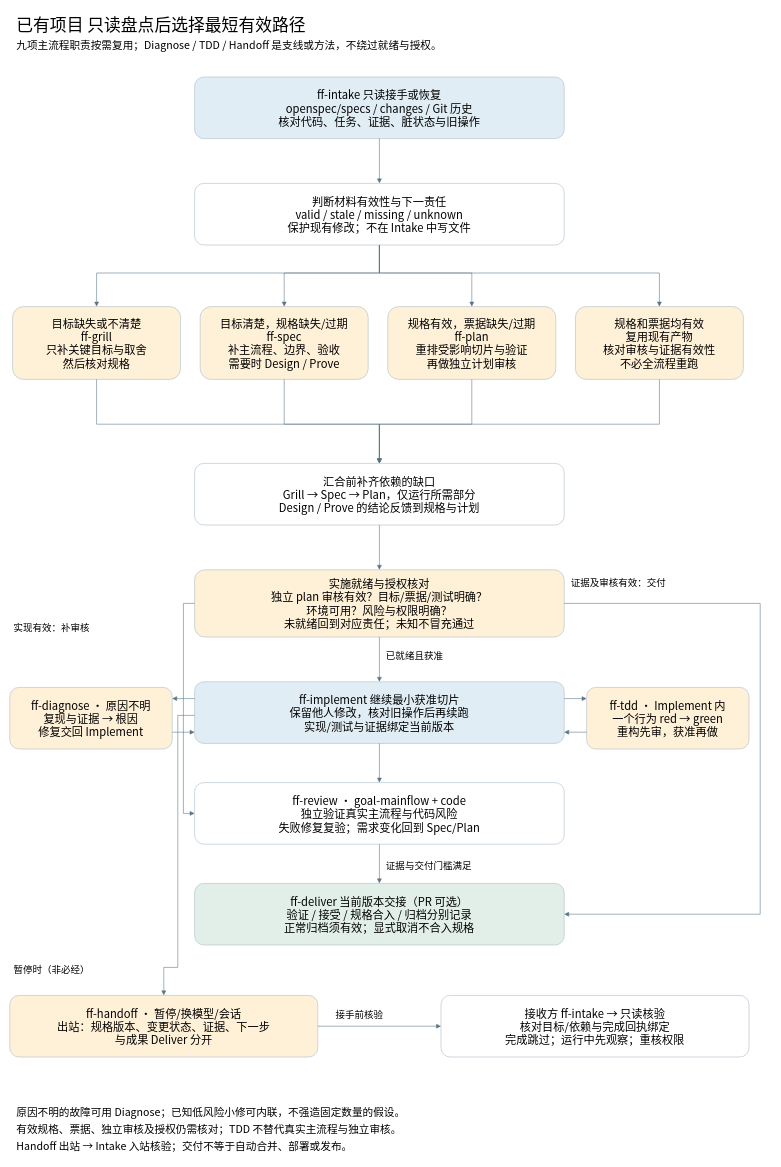
chyhelloworld/ForgeFlowSkill keeps this draw.io diagram as docs/diagrams/existing-project-workflow.drawio. Above is the earlier version. Source tidied: cells renumbered, new cells numbered last; positions are measured from the earlier drawing's top-left corner, leaving out a move shared by most shapes. Both pictures are drawn from the tidied source at 56%, with x=0, y=0 at pixel (10, 10).
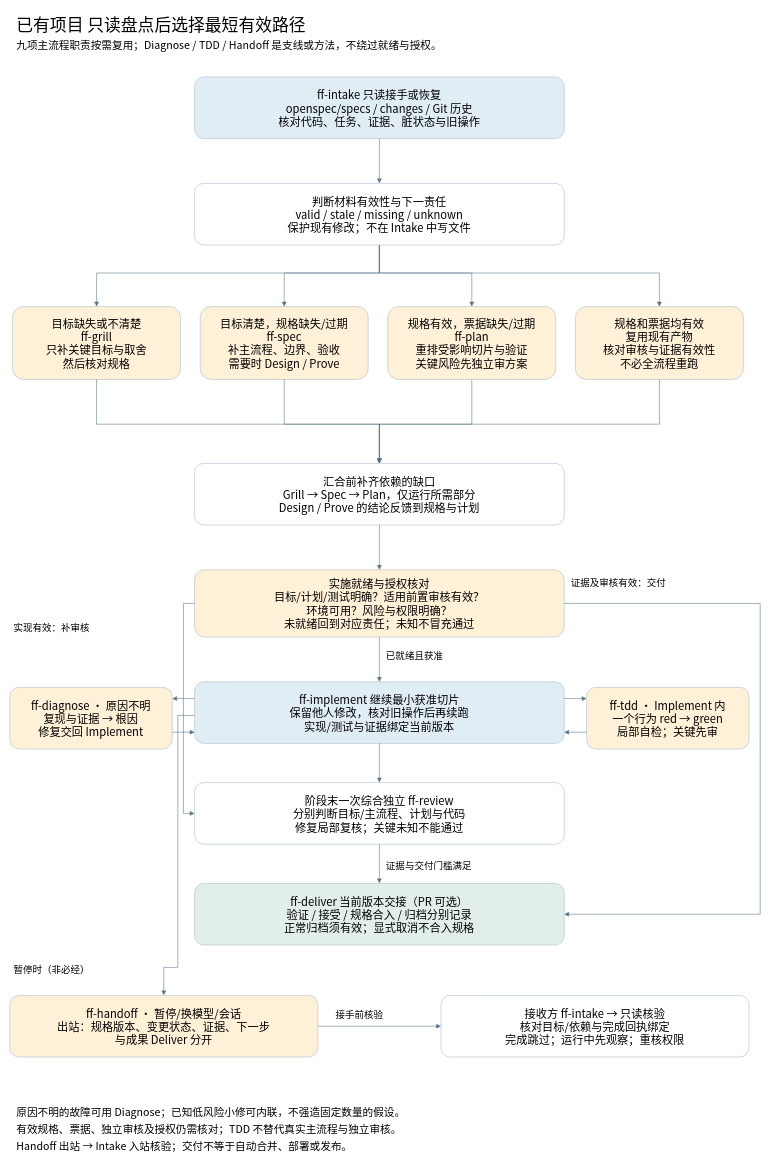
The same page after the edit.

The edit, as a diff of the source:
```diff
@@
-    <mxCell id="11" value="规格有效，票据缺失/过期&#10;ff-plan&#10;重排受影响切片与验证&#10;再做独立计划审核" style="rounded=1;whiteSpace=wrap;html=0;fillColor=#fff0d8;strokeColor=#a9bac8;fontFamily=Noto Sans CJK SC;fontSize=20;" parent="1" vertex="1">
+    <mxCell id="11" value="规格有效，票据缺失/过期&#10;ff-plan&#10;重排受影响切片与验证&#10;关键风险先独立审方案" style="rounded=1;whiteSpace=wrap;html=0;fillColor=#fff0d8;strokeColor=#a9bac8;fontFamily=Noto Sans CJK SC;fontSize=20;" parent="1" vertex="1">
       <mxGeometry x="675" y="530" width="300" height="130" as="geometry" />
     </mxCell>
@@
-    <mxCell id="14" value="实施就绪与授权核对&#10;独立 plan 审核有效？目标/票据/测试明确？&#10;环境可用？风险与权限明确？&#10;未就绪回到对应责任；未知不冒充通过" style="rounded=1;whiteSpace=wrap;html=0;fillColor=#fff0d8;strokeColor=#a9bac8;fontFamily=Noto Sans CJK SC;fontSize=20;" parent="1" vertex="1">
+    <mxCell id="14" value="实施就绪与授权核对&#10;目标/计划/测试明确？适用前置审核有效？&#10;环境可用？风险与权限明确？&#10;未就绪回到对应责任；未知不冒充通过" style="rounded=1;whiteSpace=wrap;html=0;fillColor=#fff0d8;strokeColor=#a9bac8;fontFamily=Noto Sans CJK SC;fontSize=20;" parent="1" vertex="1">
       <mxGeometry x="330" y="1000" width="660" height="120" as="geometry" />
     </mxCell>
@@
-    <mxCell id="16" value="ff-review · goal-mainflow + code&#10;独立验证真实主流程与代码风险&#10;失败修复复验；需求变化回到 Spec/Plan" style="rounded=1;whiteSpace=wrap;html=0;fillColor=#ffffff;strokeColor=#a9bac8;fontFamily=Noto Sans CJK SC;fontSize=20;" parent="1" vertex="1">
+    <mxCell id="16" value="阶段末一次综合独立 ff-review&#10;分别判断目标/主流程、计划与代码&#10;修复局部复核；关键未知不能通过" style="rounded=1;whiteSpace=wrap;html=0;fillColor=#ffffff;strokeColor=#a9bac8;fontFamily=Noto Sans CJK SC;fontSize=20;" parent="1" vertex="1">
       <mxGeometry x="330" y="1380" width="660" height="110" as="geometry" />
     </mxCell>
@@
-    <mxCell id="19" value="ff-tdd · Implement 内&#10;一个行为 red → green&#10;重构先审，获准再做" style="rounded=1;whiteSpace=wrap;html=0;fillColor=#fff0d8;strokeColor=#a9bac8;fontFamily=Noto Sans CJK SC;fontSize=20;" parent="1" vertex="1">
+    <mxCell id="19" value="ff-tdd · Implement 内&#10;一个行为 red → green&#10;局部自检；关键先审" style="rounded=1;whiteSpace=wrap;html=0;fillColor=#fff0d8;strokeColor=#a9bac8;fontFamily=Noto Sans CJK SC;fontSize=20;" parent="1" vertex="1">
       <mxGeometry x="1030" y="1210" width="290" height="110" as="geometry" />
     </mxCell>
```
